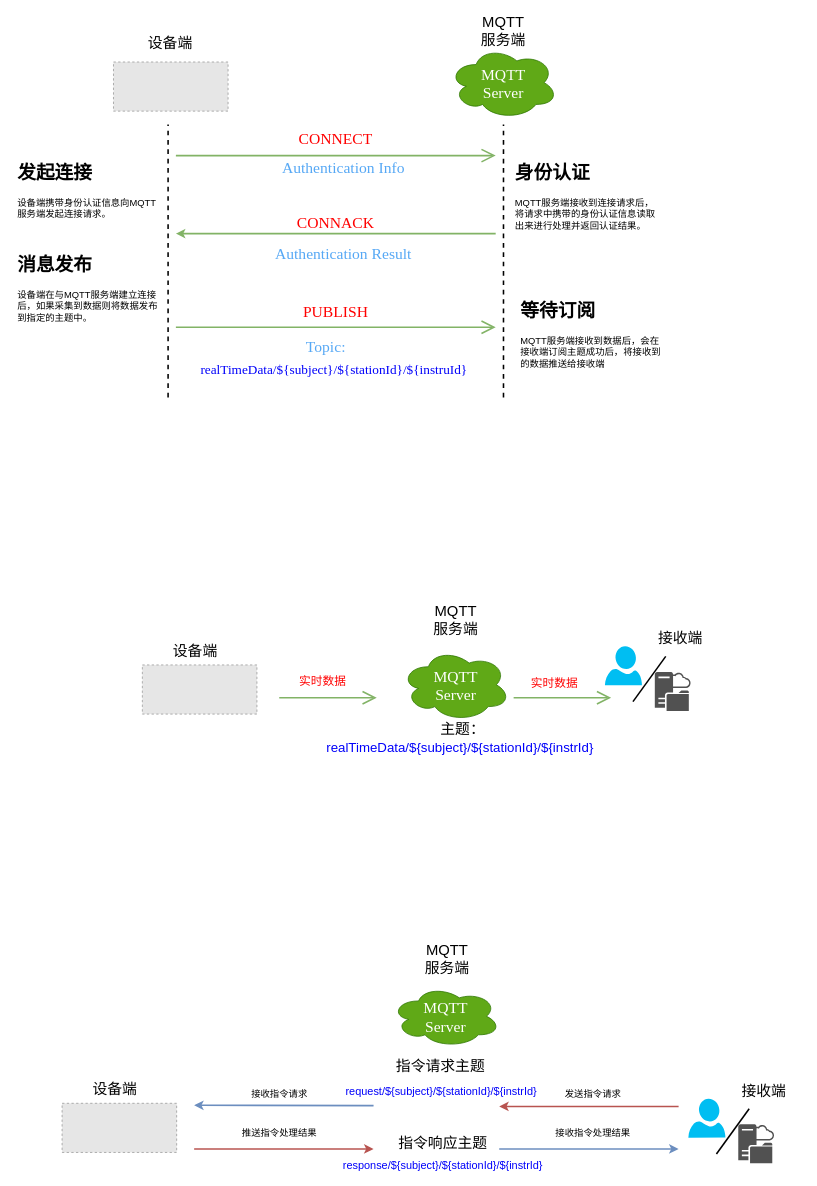
This is page "第 1 页" (1 of 9) of drawio/mqtt-auth.drawio from raingnight/Blog_Pic, a draw.io file, before an edit. Source tidied: cells renumbered, new cells numbered last; positions are measured from the earlier drawing's top-left corner, leaving out a move shared by most shapes. Both pictures are drawn from the tidied source at 78%, with x=0, y=0 at pixel (13, 20). Pictures stored in the file or linked from it are replaced by grey dashed boxes.
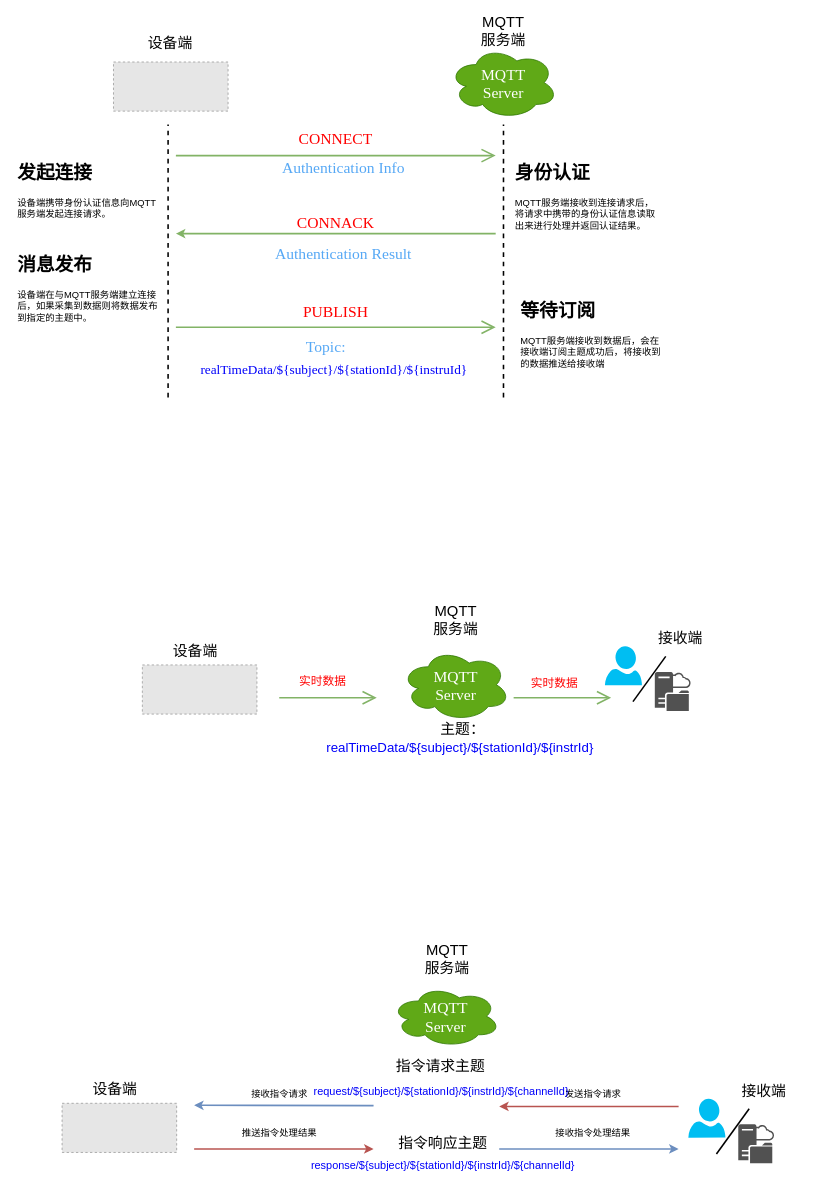
The same page after the edit.

Change to the diagram source:
```diff
@@
-    <mxCell id="40" value="response&lt;span style=&quot;background-color: initial;&quot;&gt;/${subject}/${stationId}/${instrId}&lt;/span&gt;" style="text;html=1;strokeColor=none;fillColor=none;align=center;verticalAlign=middle;whiteSpace=wrap;rounded=0;fontSize=14;fontColor=#0000fa;" parent="1" vertex="1">
+    <mxCell id="40" value="response&lt;span style=&quot;background-color: initial;&quot;&gt;/${subject}/${stationId}/${instrId}/&lt;/span&gt;${channelId}" style="text;html=1;strokeColor=none;fillColor=none;align=center;verticalAlign=middle;whiteSpace=wrap;rounded=0;fontSize=14;fontColor=#0000fa;" parent="1" vertex="1">
       <mxGeometry x="422" y="1460" width="256.5" height="18" as="geometry" />
     </mxCell>
@@
-    <mxCell id="56" value="request&lt;span style=&quot;background-color: initial;&quot;&gt;/${subject}/${stationId}/${instrId}&lt;/span&gt;" style="text;html=1;strokeColor=none;fillColor=none;align=center;verticalAlign=middle;whiteSpace=wrap;rounded=0;fontSize=14;fontColor=#0000fa;fontStyle=0;fontFamily=Helvetica;" parent="1" vertex="1">
+    <mxCell id="56" value="request&lt;span style=&quot;background-color: initial;&quot;&gt;/${subject}/${stationId}/${instrId}/${channelId}&lt;/span&gt;" style="text;html=1;strokeColor=none;fillColor=none;align=center;verticalAlign=middle;whiteSpace=wrap;rounded=0;fontSize=14;fontColor=#0000fa;fontStyle=0;fontFamily=Helvetica;" parent="1" vertex="1">
       <mxGeometry x="419.6" y="1365" width="256.5" height="18" as="geometry" />
     </mxCell>
```
